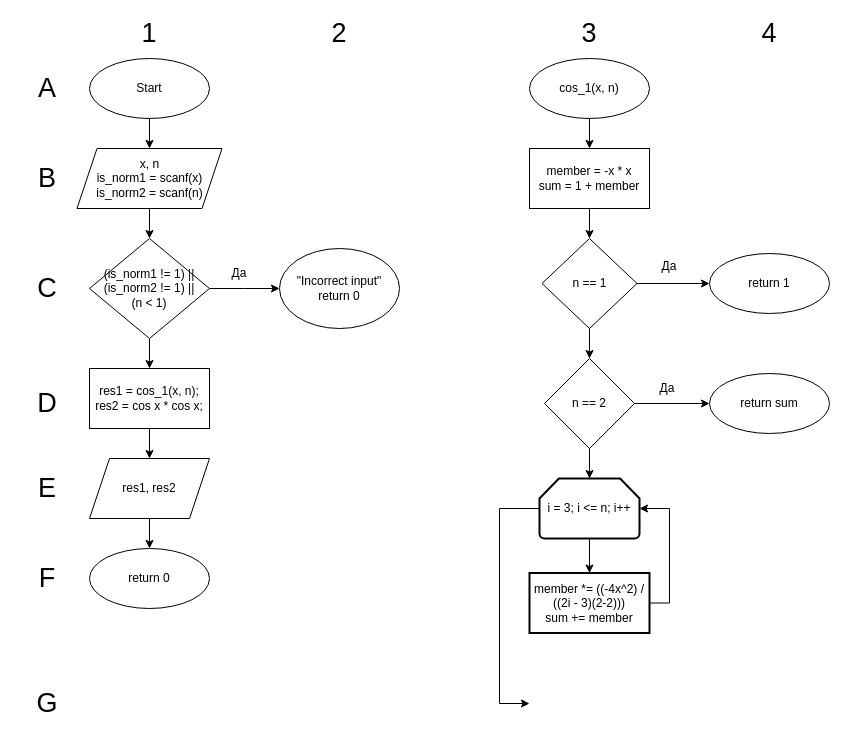
Above: labs/lab2/lab2_1.drawio in Glebins/mephi_labs (draw.io), before the change. Source tidied: cells renumbered, new cells numbered last; positions are measured from the earlier drawing's top-left corner, leaving out a move shared by most shapes. Both pictures are drawn from the tidied source at 100%, with x=0, y=0 at pixel (17, 18).
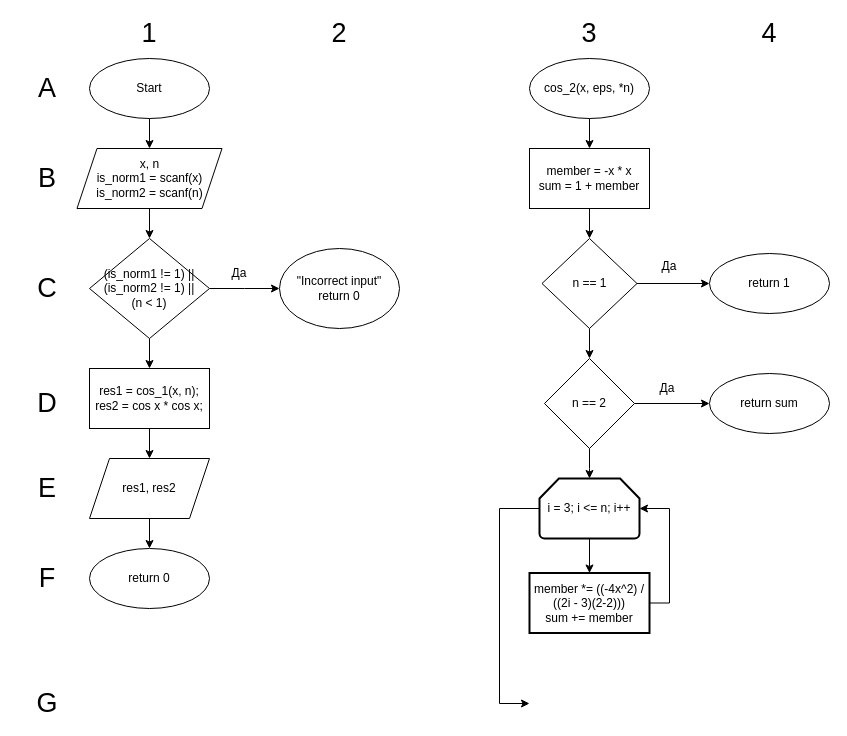
The same page after the edit.

What changed in the source:
```diff
@@
-    <mxCell id="16" value="cos_1(x, n)" style="ellipse;whiteSpace=wrap;html=1;" parent="1" vertex="1">
+    <mxCell id="16" value="cos_2(x, eps, *n)" style="ellipse;whiteSpace=wrap;html=1;" parent="1" vertex="1">
       <mxGeometry x="512" y="40" width="120" height="60" as="geometry" />
     </mxCell>
```
